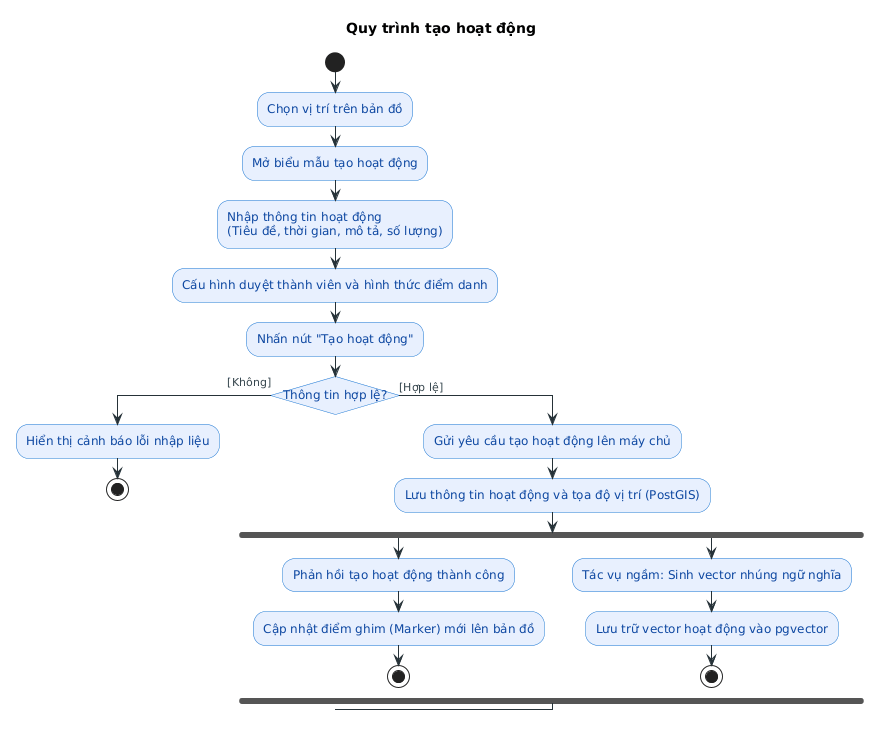
Before: bao-cao/Images/activity-create-activity.png, a diagram exported from PlantUML (davenguyen-learn/uniconnect).
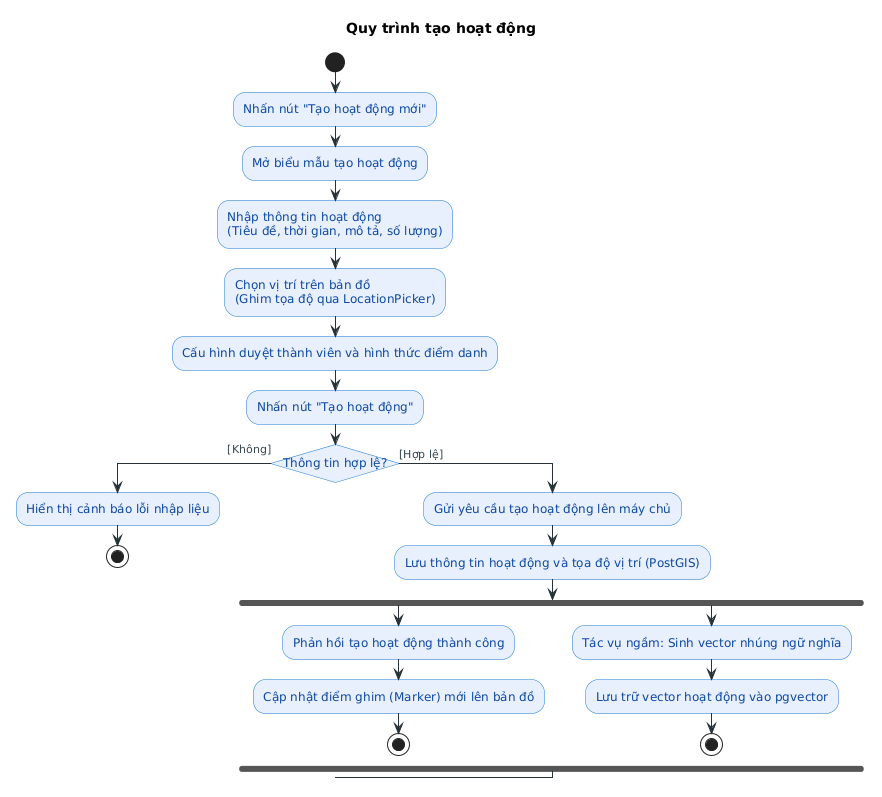
After the commit.

Commit message:
fix(activity-diagram): correct UI workflow order for activity creation

Diff of the diagram source:
```diff
@@ -21,10 +21,12 @@
 title Quy trình tạo hoạt động
 
 start
-:Chọn vị trí trên bản đồ;
+:Nhấn nút "Tạo hoạt động mới";
 :Mở biểu mẫu tạo hoạt động;
 :Nhập thông tin hoạt động
 (Tiêu đề, thời gian, mô tả, số lượng);
+:Chọn vị trí trên bản đồ
+(Ghim tọa độ qua LocationPicker);
 :Cấu hình duyệt thành viên và hình thức điểm danh;
 :Nhấn nút "Tạo hoạt động";
 
```
